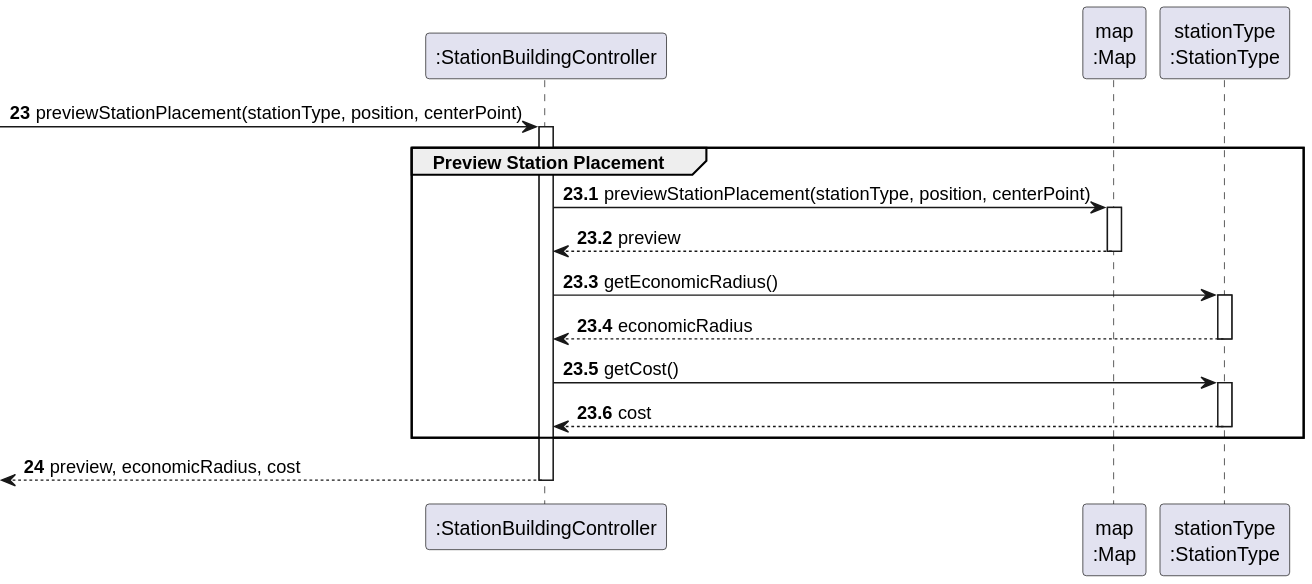
HenriqueSilva18/Railway-Network-Simulator keeps this PlantUML diagram as docs/system-documentation/Sprint 2/US05/03.design/svg/US05-SD-partial-preview-station-placement.svg. Above is the earlier version. Its diagram source:
```plantuml
@startuml
skinparam packageStyle rectangle
skinparam shadowing false

participant ":StationBuildingController" as CTRL
participant "map\n:Map" as MAP
participant "stationType\n:StationType" as ST_TYPE

autonumber 23
-> CTRL : previewStationPlacement(stationType, position, centerPoint)

autonumber 23.1
activate CTRL
    group Preview Station Placement
        CTRL -> MAP : previewStationPlacement(stationType, position, centerPoint)
        activate MAP
            MAP --> CTRL : preview
        deactivate MAP

        CTRL -> ST_TYPE : getEconomicRadius()
        activate ST_TYPE
            ST_TYPE --> CTRL : economicRadius
        deactivate ST_TYPE

        CTRL -> ST_TYPE : getCost()
        activate ST_TYPE
            ST_TYPE --> CTRL : cost
        deactivate ST_TYPE
    end

    autonumber 24
    <-- CTRL : preview, economicRadius, cost
deactivate CTRL
@enduml
```
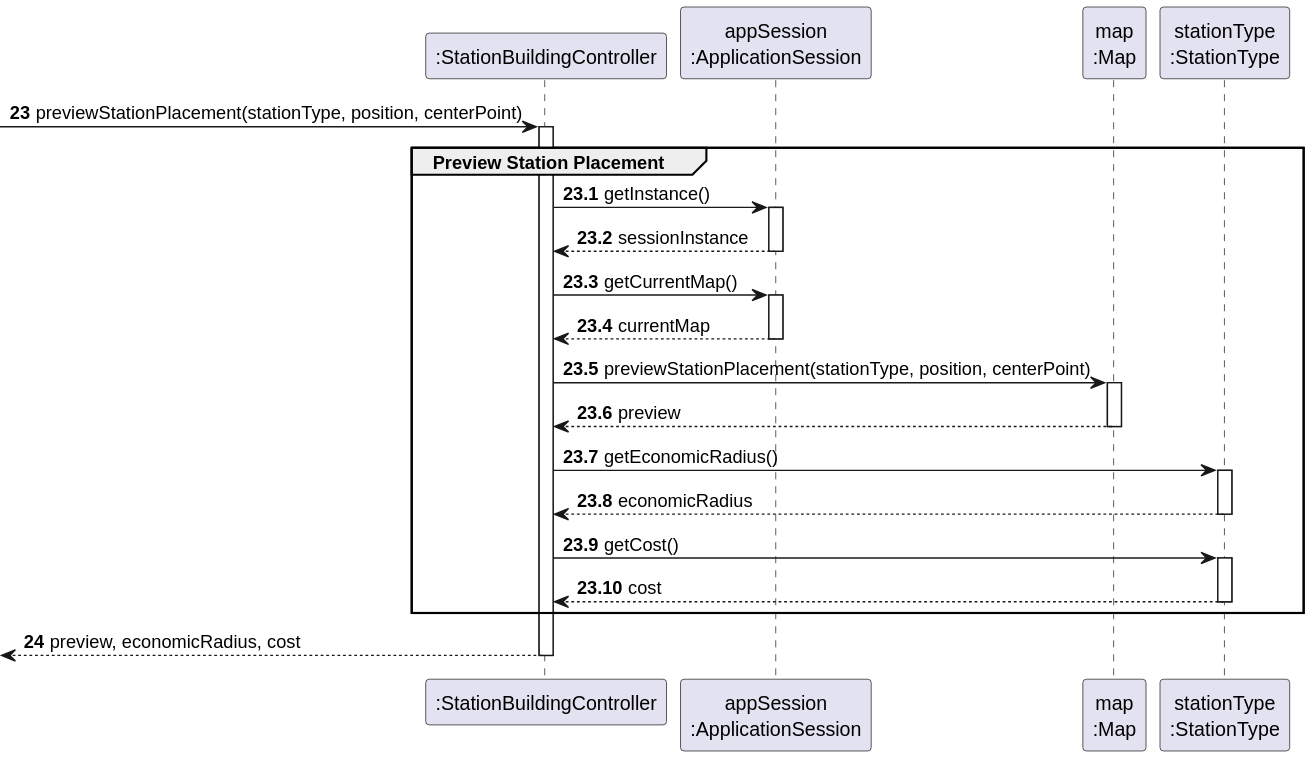
After the change.

Diff of the diagram source:
```diff
@@ -3,8 +3,9 @@
 skinparam shadowing false
 
 participant ":StationBuildingController" as CTRL
+participant "appSession\n:ApplicationSession" as APP_SESSION
 participant "map\n:Map" as MAP
-participant "stationType\n:StationType" as ST_TYPE
+participant "stationType\n:StationType" as TYPE
 
 autonumber 23
 -> CTRL : previewStationPlacement(stationType, position, centerPoint)
@@ -12,20 +13,30 @@
 autonumber 23.1
 activate CTRL
     group Preview Station Placement
-        CTRL -> MAP : previewStationPlacement(stationType, position, centerPoint)
+        CTRL -> APP_SESSION: getInstance()
+        activate APP_SESSION
+            APP_SESSION --> CTRL: sessionInstance
+        deactivate APP_SESSION
+
+        CTRL -> APP_SESSION: getCurrentMap()
+        activate APP_SESSION
+            APP_SESSION --> CTRL: currentMap
+        deactivate APP_SESSION
+
+        CTRL -> MAP: previewStationPlacement(stationType, position, centerPoint)
         activate MAP
-            MAP --> CTRL : preview
+            MAP --> CTRL: preview
         deactivate MAP
 
-        CTRL -> ST_TYPE : getEconomicRadius()
-        activate ST_TYPE
-            ST_TYPE --> CTRL : economicRadius
-        deactivate ST_TYPE
+        CTRL -> TYPE: getEconomicRadius()
+        activate TYPE
+            TYPE --> CTRL: economicRadius
+        deactivate TYPE
 
-        CTRL -> ST_TYPE : getCost()
-        activate ST_TYPE
-            ST_TYPE --> CTRL : cost
-        deactivate ST_TYPE
+        CTRL -> TYPE: getCost()
+        activate TYPE
+            TYPE --> CTRL: cost
+        deactivate TYPE
     end
 
     autonumber 24
```
